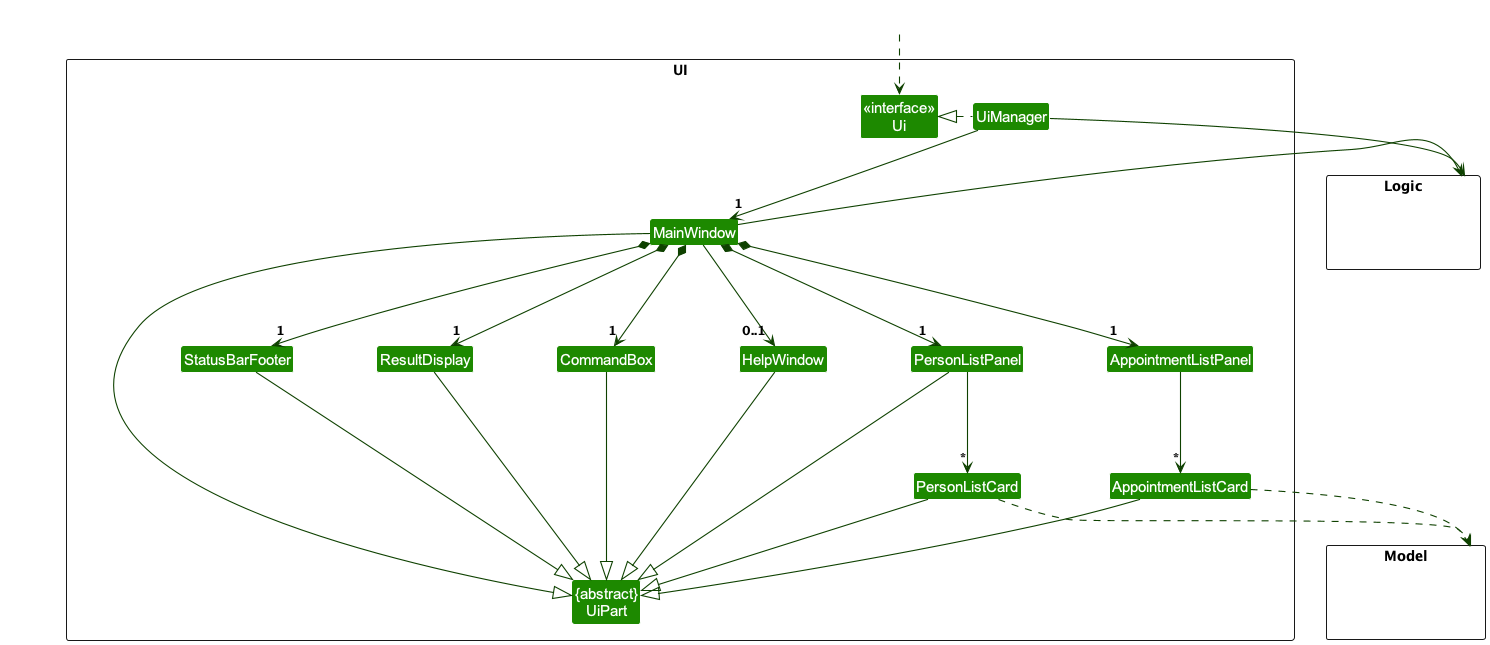
Earlier version of the PlantUML export docs/images/UiClassDiagram.png (SeaHogs/tp).
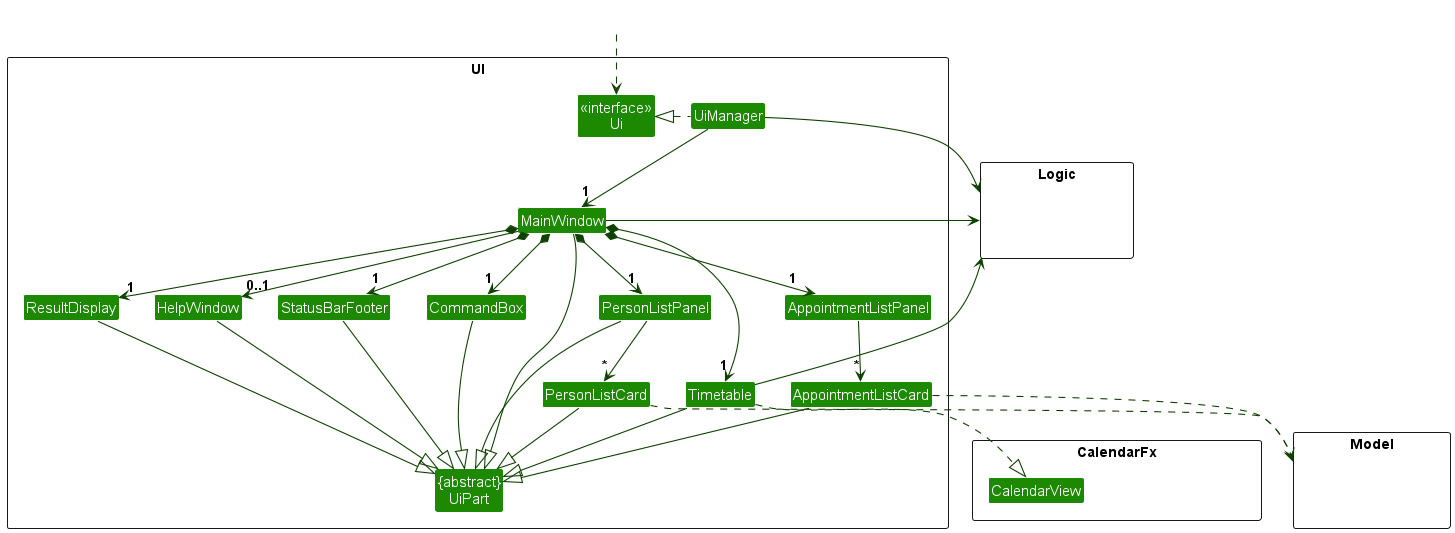
The same diagram one commit later.

The edit, as a diff of the source:
```diff
@@ -17,6 +17,7 @@
 Class AppointmentListCard
 Class StatusBarFooter
 Class CommandBox
+Class Timetable
 }
 
 package Model <<Rectangle>> {
@@ -25,6 +26,11 @@
 
 package Logic <<Rectangle>> {
 Class HiddenLogic #FFFFFF
+}
+
+package CalendarFx <<Rectangle>> {
+Class HiddenCalendarFx #FFFFFF
+Class CalendarView
 }
 
 Class HiddenOutside #FFFFFF
@@ -37,6 +43,7 @@
 MainWindow *-down-> "1" PersonListPanel
 MainWindow *-down-> "1" AppointmentListPanel
 MainWindow *-down-> "1" StatusBarFooter
+MainWindow *-down-> "1" Timetable
 MainWindow --> "0..1" HelpWindow
 
 PersonListPanel -down-> "*" PersonListCard
@@ -51,17 +58,21 @@
 AppointmentListCard --|> UiPart
 StatusBarFooter --|> UiPart
 HelpWindow --|> UiPart
+Timetable --|> UiPart
 
 PersonListCard ..> Model
 AppointmentListCard ..> Model
+Timetable ..|> CalendarView
 UiManager -right-> Logic
 MainWindow -left-> Logic
+Timetable -right-> Logic
 
 PersonListPanel -[hidden]left- HelpWindow
 AppointmentListPanel -[hidden]left- HelpWindow
 HelpWindow -[hidden]left- CommandBox
 CommandBox -[hidden]left- ResultDisplay
 ResultDisplay -[hidden]left- StatusBarFooter
+StatusBarFooter -[hidden]left- HelpWindow
 
 MainWindow -[hidden]-|> UiPart
 @enduml
```
